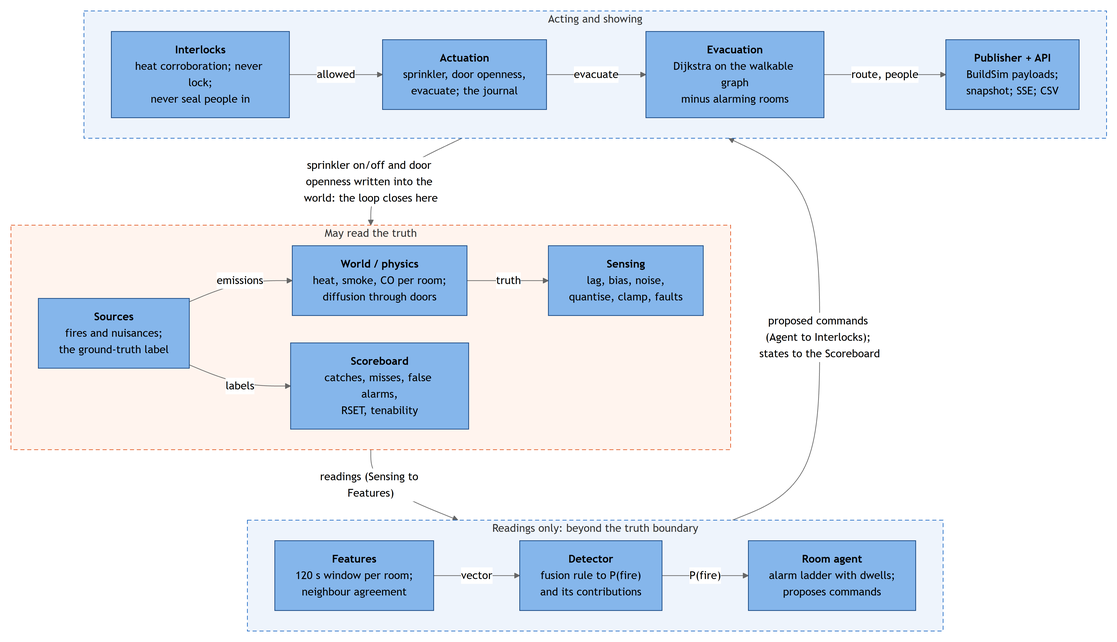
Ekpenyong-Esu/BuildSim-FireDetection keeps this Mermaid diagram as firelab/Embedded_Intelligence_at_the_edge_Project_Proposal/images/component.png. Above is the earlier version. Its source is kept beside it as firelab/Embedded_Intelligence_at_the_edge_Project_Proposal/images/component.mmd.
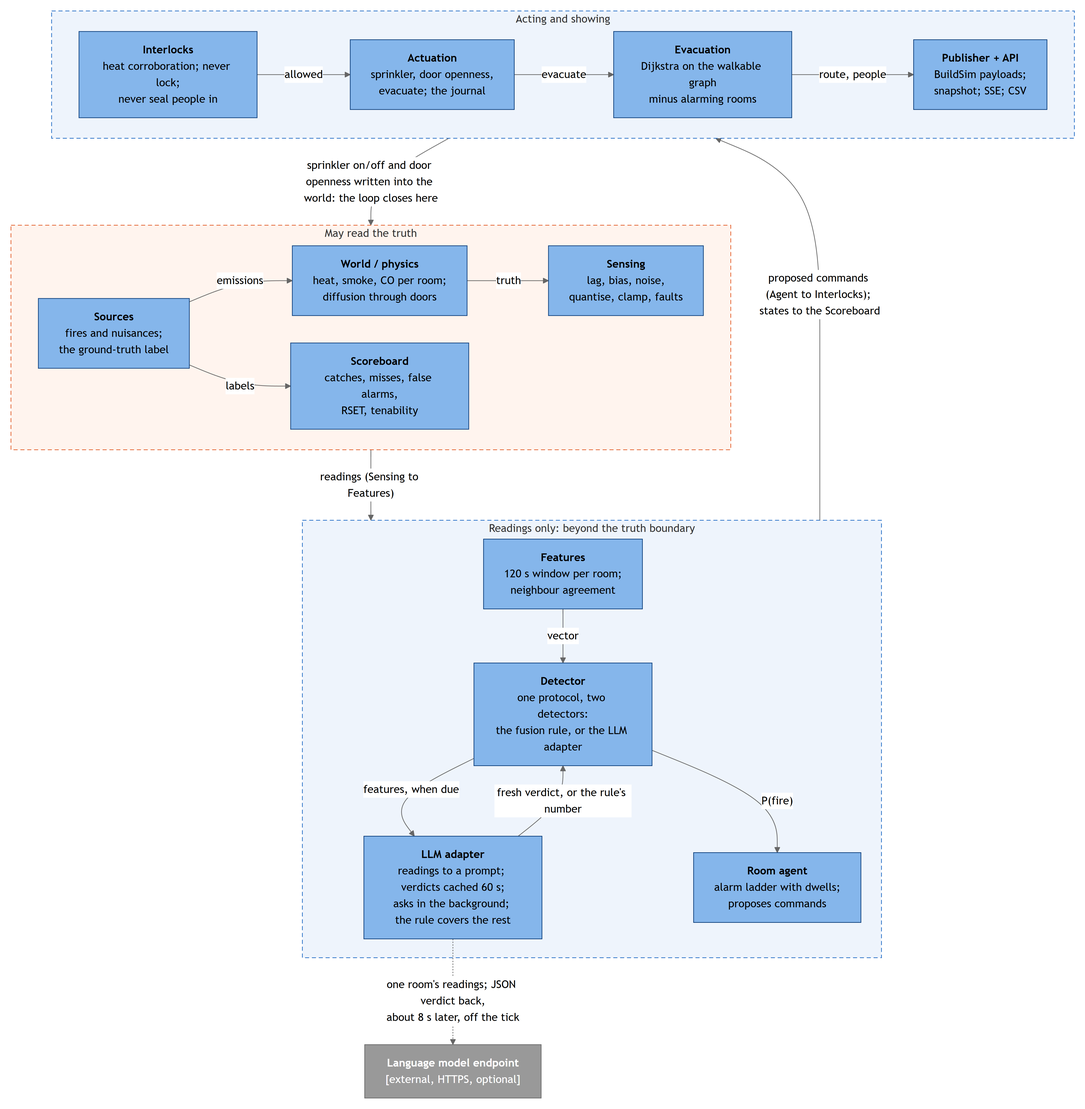
Above is the later version.

Change to the diagram source:
```diff
@@ -12,10 +12,13 @@
   subgraph READ["Readings only: beyond the truth boundary"]
     direction LR
     FEA["<b>Features</b><br/>120 s window per room;<br/>neighbour agreement"]
-    DET["<b>Detector</b><br/>fusion rule to P(fire)<br/>and its contributions"]
+    DET["<b>Detector</b><br/>one protocol, two detectors:<br/>the fusion rule, or the LLM adapter"]
+    LLMA["<b>LLM adapter</b><br/>readings to a prompt; verdicts cached 60 s;<br/>asks in the background; the rule covers the rest"]
     AGT["<b>Room agent</b><br/>alarm ladder with dwells;<br/>proposes commands"]
     FEA -- vector --> DET
     DET -- "P(fire)" --> AGT
+    DET -- "features, when due" --> LLMA
+    LLMA -- "fresh verdict, or the rule's number" --> DET
   end
   subgraph ACT["Acting and showing"]
     direction LR
@@ -27,11 +30,15 @@
     ACTU -- evacuate --> EVA
     EVA -- "route, people" --> PUB
   end
+  EP["<b>Language model endpoint</b><br/>[external, HTTPS, optional]"]
   TRUTH -- "readings (Sensing to Features)" --> READ
   READ -- "proposed commands (Agent to Interlocks); states to the Scoreboard" --> ACT
   ACT -- "sprinkler on/off and door openness written into the world: the loop closes here" --> TRUTH
+  LLMA -. "one room's readings; JSON verdict back,<br/>about 8 s later, off the tick" .-> EP
   classDef comp fill:#85b6eb,stroke:#0b3d7a,color:#000000
-  class SRC,PHY,SEN,SCO,FEA,DET,AGT,ILK,ACTU,EVA,PUB comp
+  classDef ext fill:#999999,stroke:#666666,color:#ffffff
+  class SRC,PHY,SEN,SCO,FEA,DET,LLMA,AGT,ILK,ACTU,EVA,PUB comp
+  class EP ext
   style TRUTH fill:#fff4ee,stroke:#e25822,stroke-dasharray:6 4
   style READ fill:#eef4fc,stroke:#1c68c4,stroke-dasharray:6 4
   style ACT fill:#eef4fc,stroke:#1c68c4,stroke-dasharray:6 4
```
